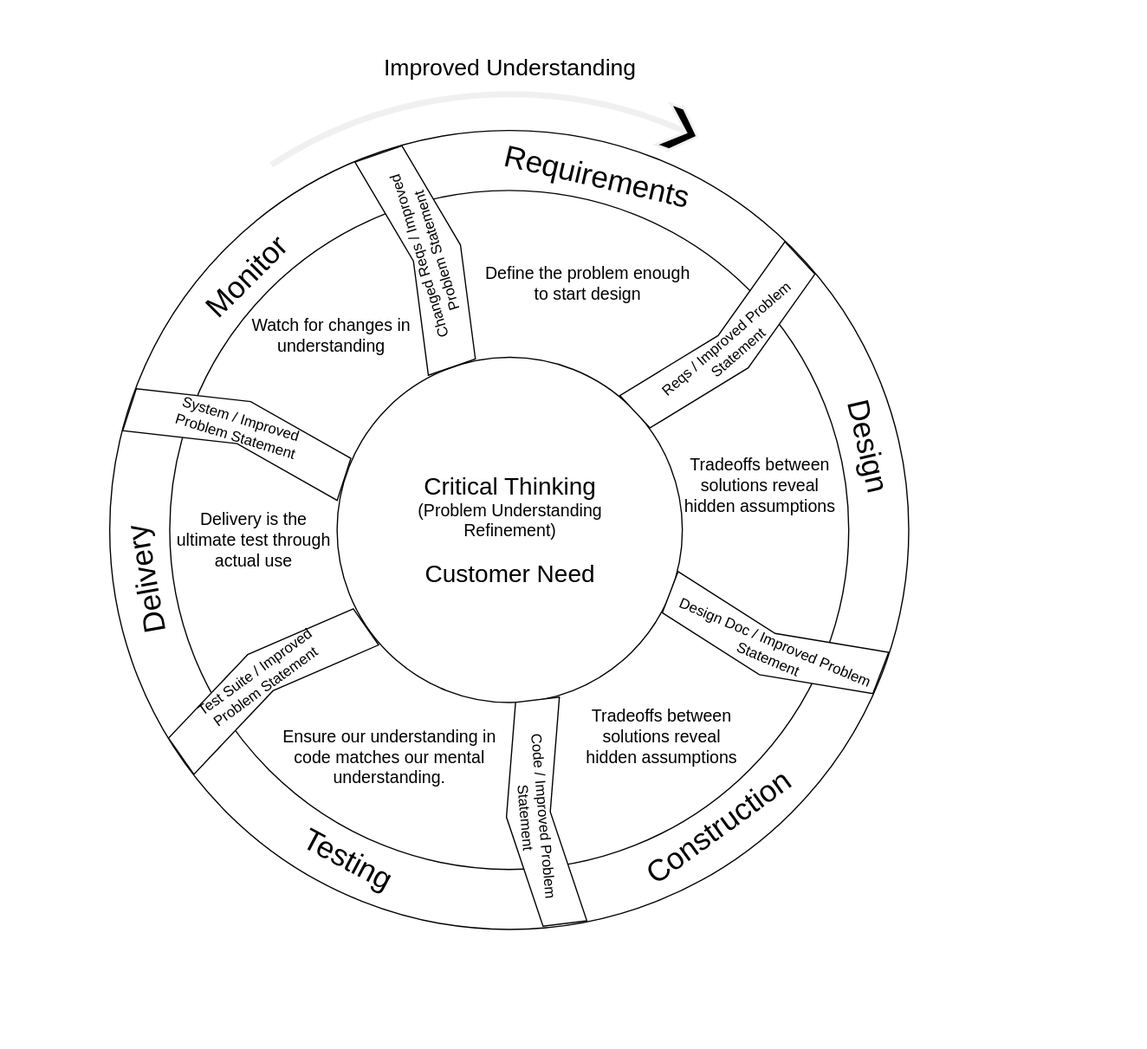
farlee2121/DevEssentialsBlog keeps this draw.io diagram as post-media/SWEBOK/problem-refinement-cycle.drawio.svg. Above is the earlier version. Source tidied: cells renumbered, new cells last; positions are measured from the earlier drawing's top-left corner, leaving out a move shared by most shapes.
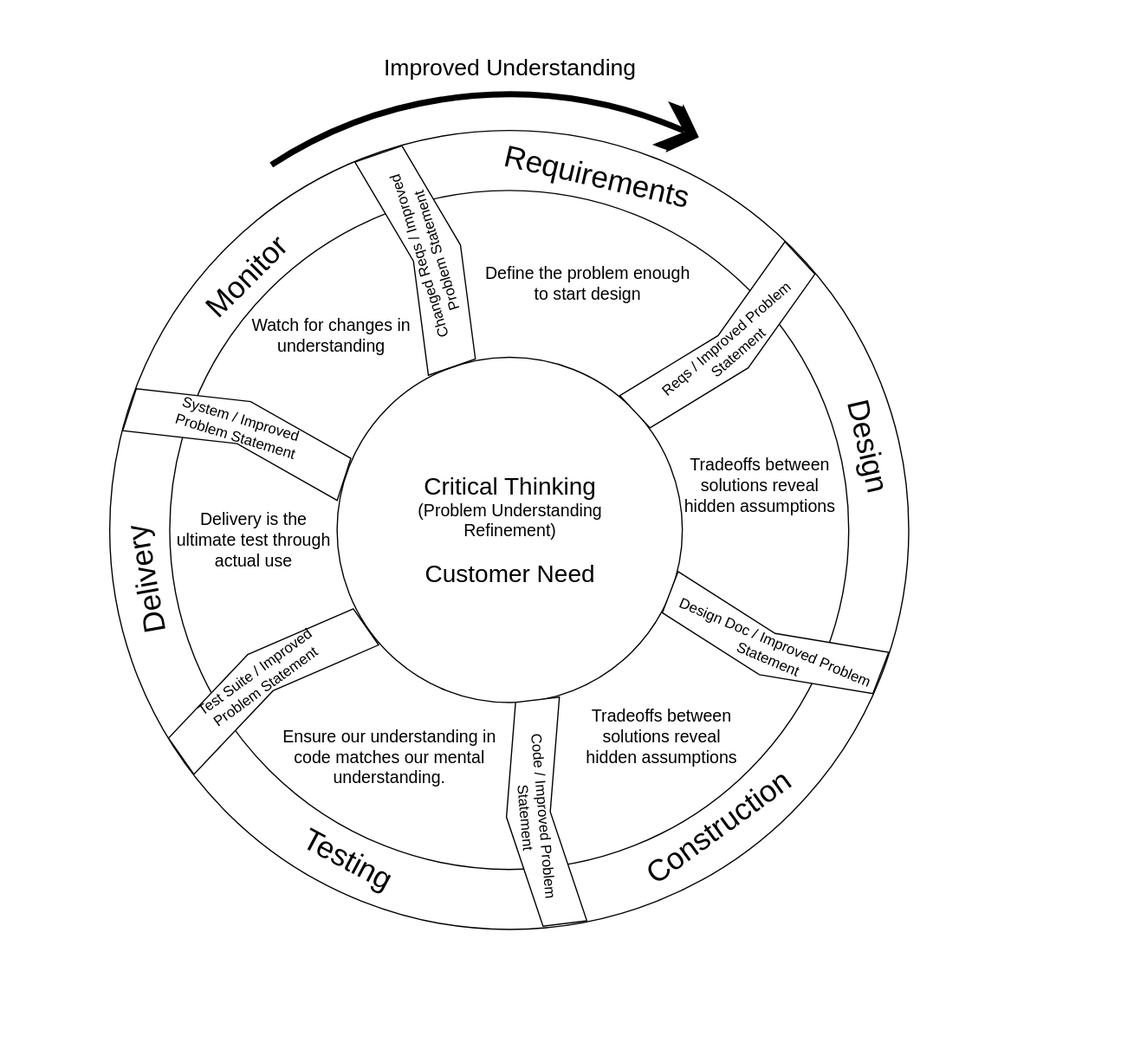
Above is the later version.

Change to the diagram source:
```diff
@@ -5,10 +5,10 @@
     <mxCell id="2" style="group;rotation=10;" parent="1" vertex="1">
       <mxGeometry x="0.5" y="20.2" width="827.5" height="730.8" as="geometry" />
     </mxCell>
-    <mxCell id="3" style="verticalLabelPosition=bottom;verticalAlign=top;html=1;shape=mxgraph.basic.arc;startAngle=0.3804859278080055;endAngle=0.5378527634996988;strokeColor=#f0f0f0;strokeWidth=5;sketch=0;gradientColor=#FFFFFF;gradientDirection=west;rotation=-170;fillColor=none;" parent="2" vertex="1">
+    <mxCell id="3" style="verticalLabelPosition=bottom;verticalAlign=top;html=1;shape=mxgraph.basic.arc;startAngle=0.3804859278080055;endAngle=0.5378527634996988;strokeWidth=5;sketch=0;gradientColor=#FFFFFF;gradientDirection=west;rotation=-170;fillColor=none;strokeColor=#000000;" parent="2" vertex="1">
       <mxGeometry y="11" width="720" height="720" as="geometry" />
     </mxCell>
-    <mxCell id="4" style="html=1;shadow=0;dashed=0;align=center;verticalAlign=middle;shape=mxgraph.arrows2.arrow;dy=0.04;dx=19;notch=20;sketch=0;strokeColor=#f0f0f0;strokeWidth=2;rotation=20;fillColor=#000000;" parent="2" vertex="1">
+    <mxCell id="4" style="html=1;shadow=0;dashed=0;align=center;verticalAlign=middle;shape=mxgraph.arrows2.arrow;dy=0.04;dx=19;notch=20;sketch=0;strokeWidth=2;rotation=20;fillColor=#000000;strokeColor=#000000;" parent="2" vertex="1">
       <mxGeometry x="486" y="22" width="30" height="37.5" as="geometry" />
     </mxCell>
     <mxCell id="5" value="Text" style="text;html=1;align=center;verticalAlign=middle;strokeColor=none;" parent="2" vertex="1">
```
